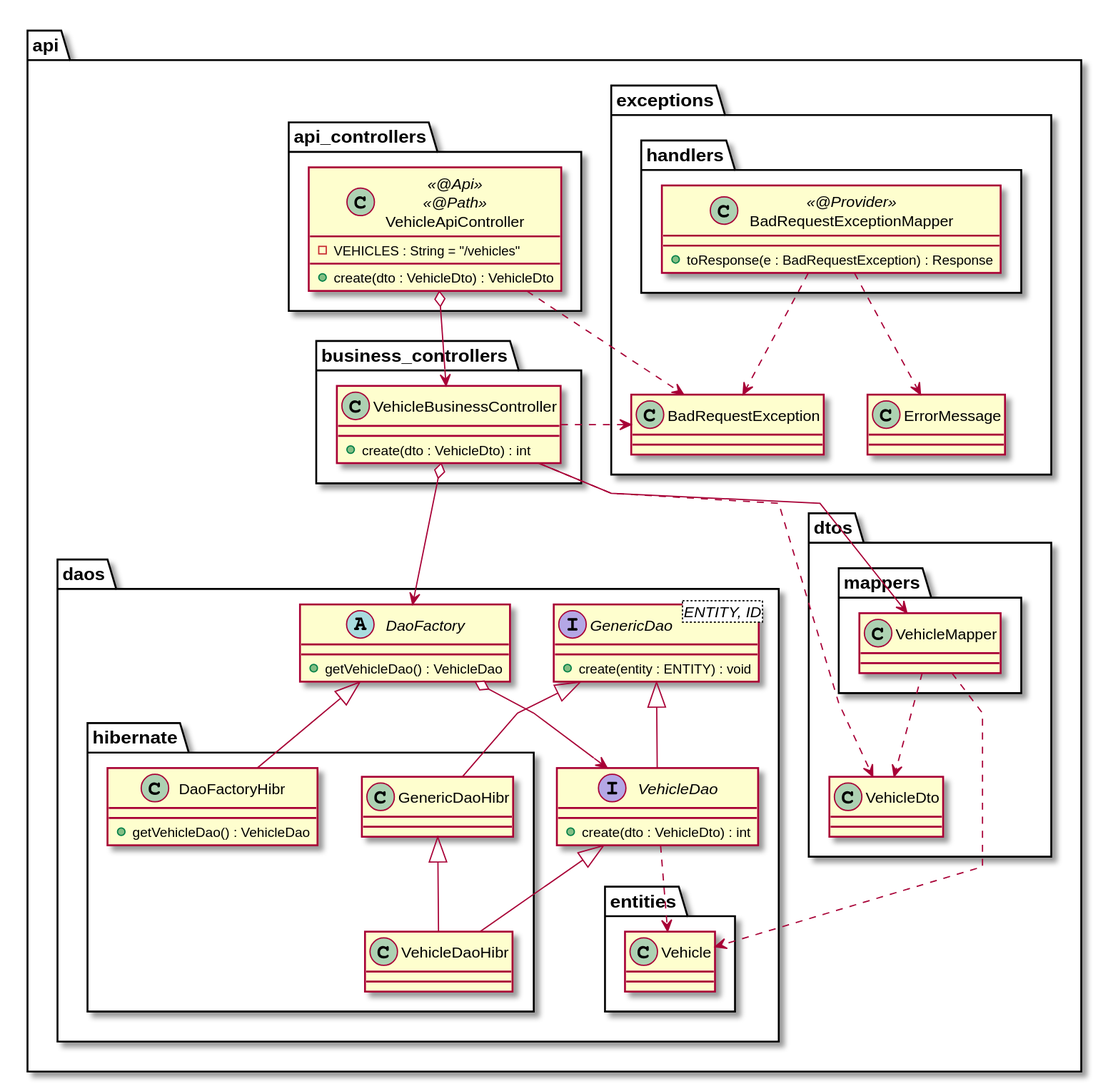
Above: documentation/3design/architecture/svg/api_layer_web_architecture_vehicle_resorce.svg in Ruskab/agrimManager (PlantUML), before the change. Its diagram source:
```plantuml
@startuml
skinparam linetype polyline
allow_mixing


package api {

        package exceptions {
            package handlers {
                Class BadRequestExceptionMapper <<@Provider>> {
                    + toResponse(e : BadRequestException) : Response
                }
            }
            class BadRequestException

            class ErrorMessage

        }

        package api_controllers {
            class VehicleApiController <<@Api>><<@Path>> {
                - VEHICLES : String = "/vehicles"
                + create(dto : VehicleDto) : VehicleDto
            }
        }

        package business_controllers {
            class VehicleBusinessController {
                + create(dto : VehicleDto) : int
            }
        }



        package daos {
            interface VehicleDao {
                        + create(dto : VehicleDto) : int
            }

            interface GenericDao <ENTITY, ID> {
                + create(entity : ENTITY) : void
            }

            abstract DaoFactory {
                + getVehicleDao() : VehicleDao
            }



            package hibernate {

                class VehicleDaoHibr

                class GenericDaoHibr

                class DaoFactoryHibr {
                    + getVehicleDao() : VehicleDao
                }
            }

            package entities {
                class Vehicle
            }

        }

        package dtos {
            class VehicleDto

            package mappers {
                class VehicleMapper
            }

        }


}


VehicleApiController o--> VehicleBusinessController
VehicleBusinessController o--> DaoFactory
VehicleBusinessController ..> VehicleDto
VehicleBusinessController --> VehicleMapper
VehicleApiController .right.> BadRequestException
VehicleBusinessController .right.> BadRequestException
VehicleDao ..> Vehicle
VehicleMapper ..> Vehicle
VehicleMapper ..> VehicleDto

BadRequestExceptionMapper ..> BadRequestException
BadRequestExceptionMapper ..> ErrorMessage
VehicleDao <|-- VehicleDaoHibr
GenericDaoHibr <|-- VehicleDaoHibr
GenericDao <|-- GenericDaoHibr
GenericDao <|-- VehicleDao
DaoFactory <|-- DaoFactoryHibr
DaoFactory o--> VehicleDao

@enduml
```
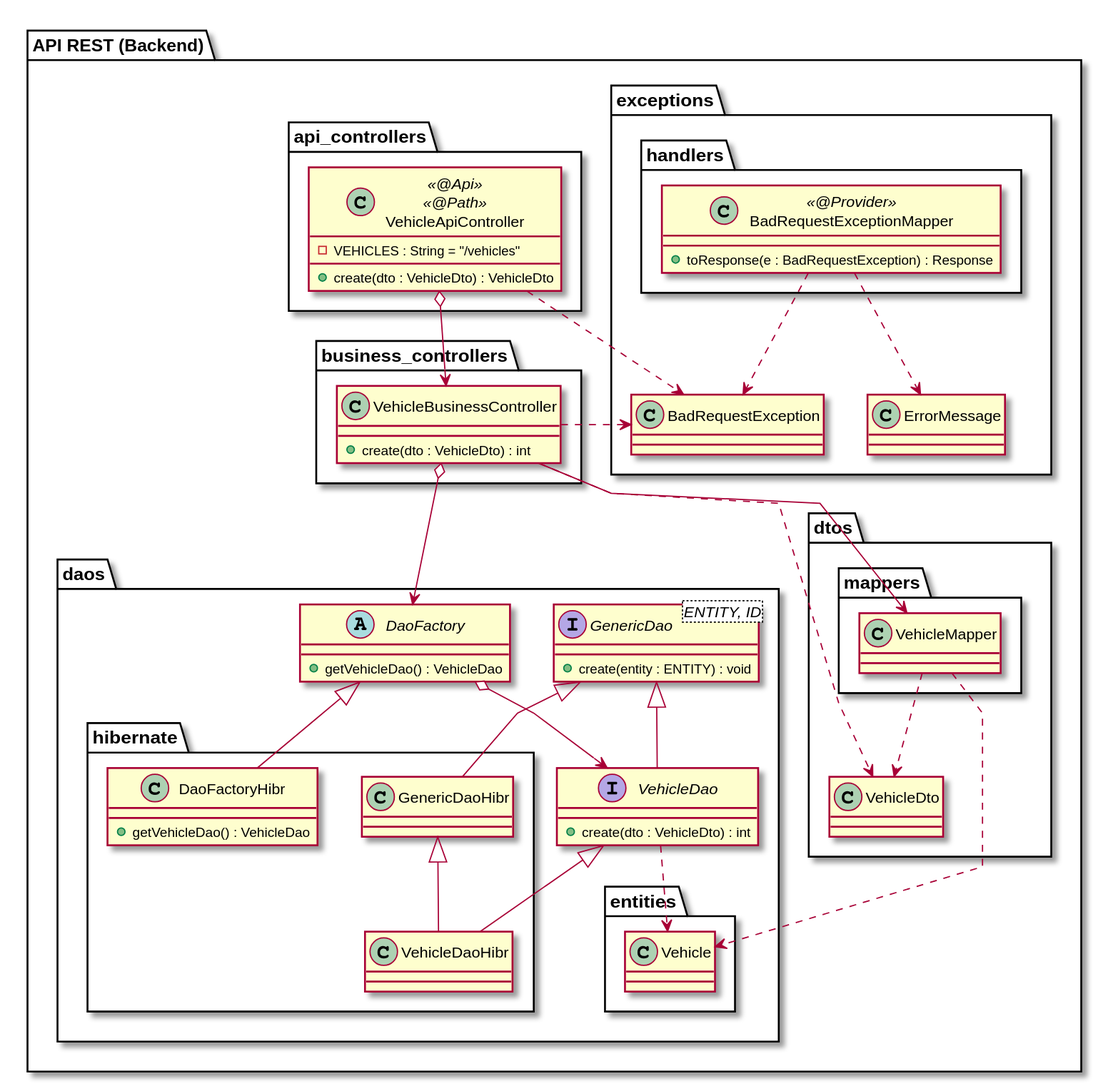
After the change.

Change to the diagram source:
```diff
@@ -3,7 +3,7 @@
 allow_mixing
 
 
-package api {
+package api as "API REST (Backend)"{
 
         package exceptions {
             package handlers {
```
